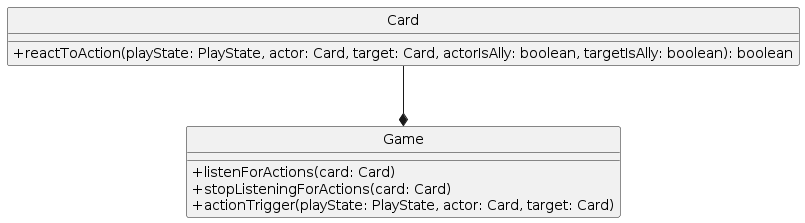
Earlier version of the PlantUML export uc-seng301-cardbattler-asg4-student/diagrams/observer.png (DanieSimonlLowe/SENG301-ASS4). The source it was exported from:
```plantuml
@startuml
skinparam classAttributeIconSize 0


hide circle

class Game {
  +listenForActions(card: Card)
  +stopListeningForActions(card: Card)
  +actionTrigger(playState: PlayState, actor: Card, target: Card)
}

class Card {
  +reactToAction(playState: PlayState, actor: Card, target: Card, actorIsAlly: boolean, targetIsAlly: boolean): boolean
}

Card --* Game
@enduml
```
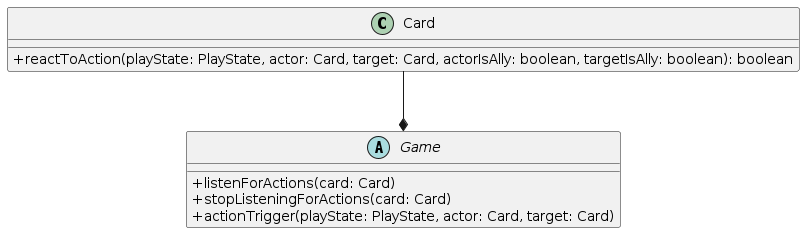
Later version of the same file.

The edit, as a diff of the source:
```diff
@@ -2,16 +2,14 @@
 skinparam classAttributeIconSize 0
 
 
-hide circle
-
-class Game {
-  +listenForActions(card: Card)
-  +stopListeningForActions(card: Card)
-  +actionTrigger(playState: PlayState, actor: Card, target: Card)
+abstract class Game {
++listenForActions(card: Card)
++stopListeningForActions(card: Card)
++actionTrigger(playState: PlayState, actor: Card, target: Card)
 }
 
 class Card {
-  +reactToAction(playState: PlayState, actor: Card, target: Card, actorIsAlly: boolean, targetIsAlly: boolean): boolean
++reactToAction(playState: PlayState, actor: Card, target: Card, actorIsAlly: boolean, targetIsAlly: boolean): boolean
 }
 
 Card --* Game
```
